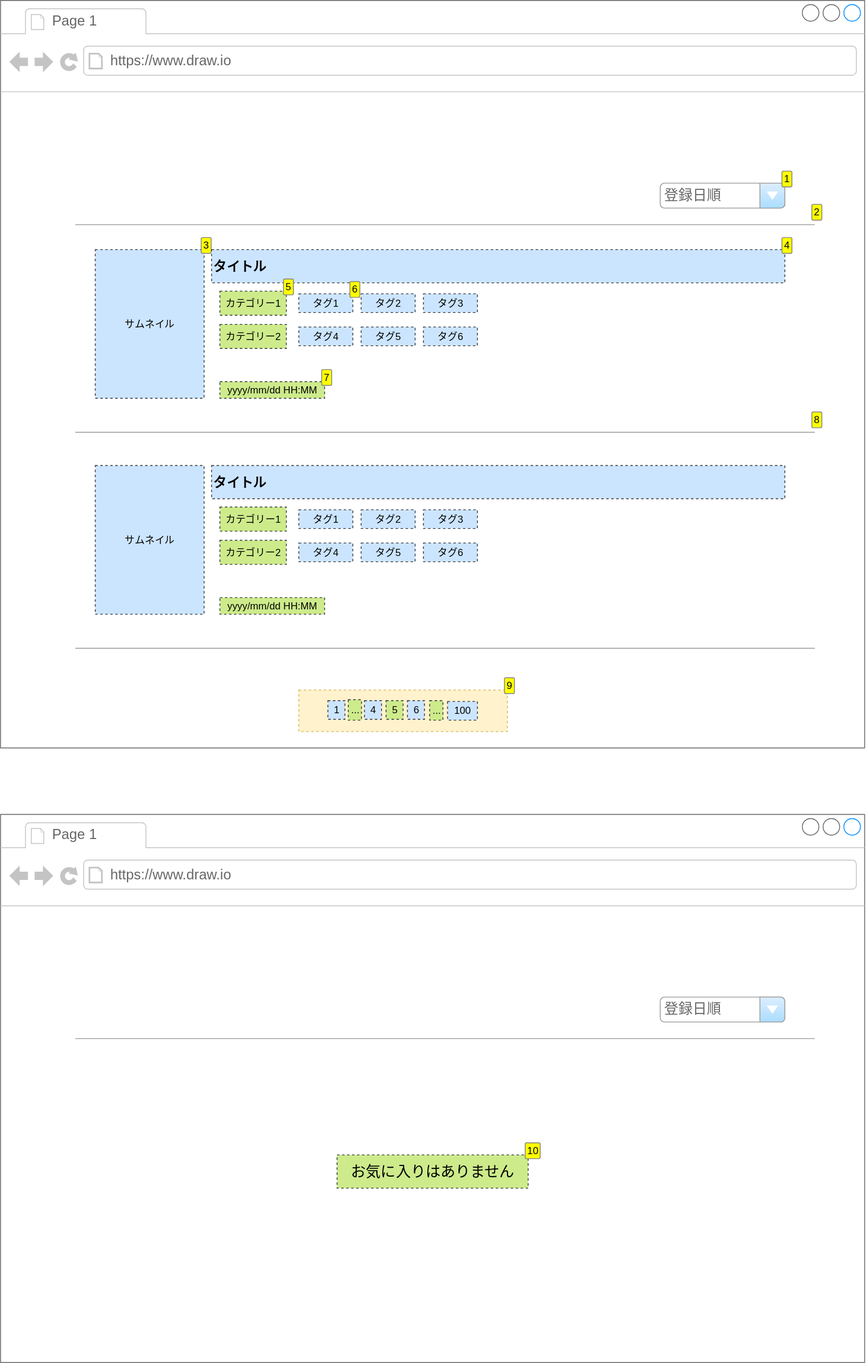
Above: doc/3_screens/pages/お気に入り一覧/wireframe.drawio.svg in hachimitu22/MangaViewer (draw.io), before the change. Source tidied: cells renumbered, new cells last; positions are measured from the earlier drawing's top-left corner, leaving out a move shared by most shapes.
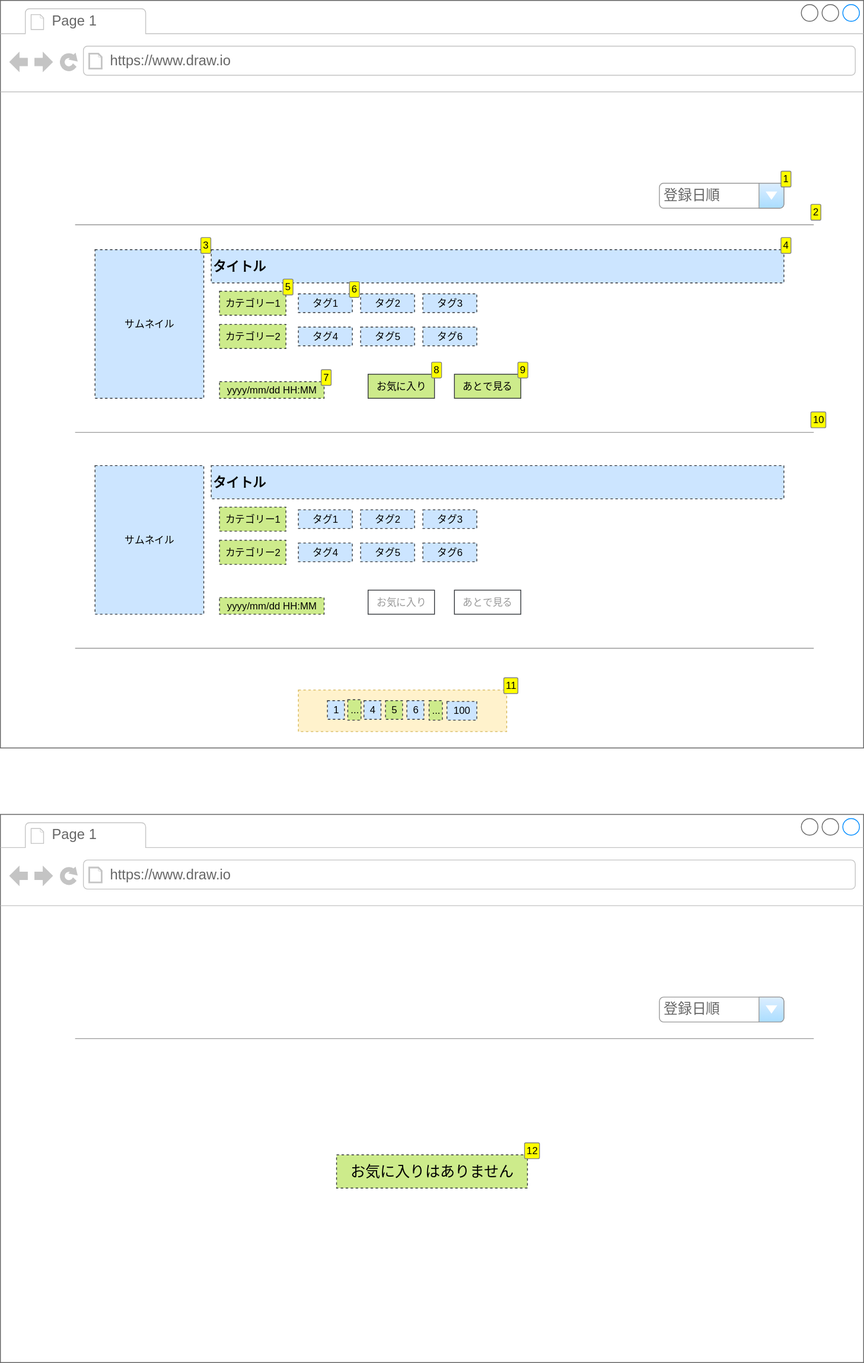
The same file after the commit.

Change to the diagram source:
```diff
@@ -50,6 +50,12 @@
     <mxCell id="17" value="yyyy/mm/dd HH:MM" style="text;html=1;strokeColor=#36393d;fillColor=#cdeb8b;align=center;verticalAlign=middle;whiteSpace=wrap;rounded=0;dashed=1;enumerate=1;" parent="2" vertex="1">
       <mxGeometry x="264" y="459" width="126" height="20" as="geometry" />
     </mxCell>
+    <mxCell id="45" value="お気に入り" style="text;html=1;strokeColor=#36393d;fillColor=#cdeb8b;align=center;verticalAlign=middle;whiteSpace=wrap;rounded=0;enumerate=1;" parent="2" vertex="1">
+      <mxGeometry x="443" y="450" width="80" height="29" as="geometry" />
+    </mxCell>
+    <mxCell id="46" value="あとで見る" style="text;html=1;strokeColor=#36393d;fillColor=#cdeb8b;align=center;verticalAlign=middle;whiteSpace=wrap;rounded=0;enumerate=1;" parent="2" vertex="1">
+      <mxGeometry x="547" y="450" width="80" height="29" as="geometry" />
+    </mxCell>
     <mxCell id="18" style="verticalLabelPosition=bottom;shadow=0;dashed=0;align=center;html=1;verticalAlign=top;strokeWidth=1;shape=mxgraph.mockup.markup.line;strokeColor=#999999;enumerate=1;" parent="2" vertex="1">
       <mxGeometry x="90" y="510" width="890" height="20" as="geometry" />
     </mxCell>
@@ -113,6 +119,12 @@
     <mxCell id="38" style="verticalLabelPosition=bottom;shadow=0;dashed=0;align=center;html=1;verticalAlign=top;strokeWidth=1;shape=mxgraph.mockup.markup.line;strokeColor=#999999;enumerate=0;" parent="2" vertex="1">
       <mxGeometry x="90" y="770" width="890" height="20" as="geometry" />
     </mxCell>
+    <mxCell id="47" value="お気に入り" style="text;html=1;strokeColor=#36393d;fillColor=none;align=center;verticalAlign=middle;whiteSpace=wrap;rounded=0;enumerate=0;fontColor=#999999;" parent="2" vertex="1">
+      <mxGeometry x="443" y="710" width="80" height="29" as="geometry" />
+    </mxCell>
+    <mxCell id="48" value="あとで見る" style="text;html=1;strokeColor=#36393d;fillColor=none;align=center;verticalAlign=middle;whiteSpace=wrap;rounded=0;enumerate=0;fontColor=#999999;" parent="2" vertex="1">
+      <mxGeometry x="547" y="710" width="80" height="29" as="geometry" />
+    </mxCell>
     <mxCell id="39" style="strokeWidth=1;shadow=0;dashed=0;align=center;html=1;shape=mxgraph.mockup.containers.browserWindow;rSize=0;strokeColor=#666666;strokeColor2=#008cff;strokeColor3=#c4c4c4;mainText=,;" parent="1" vertex="1">
       <mxGeometry y="980" width="1040" height="660" as="geometry" />
     </mxCell>
```
